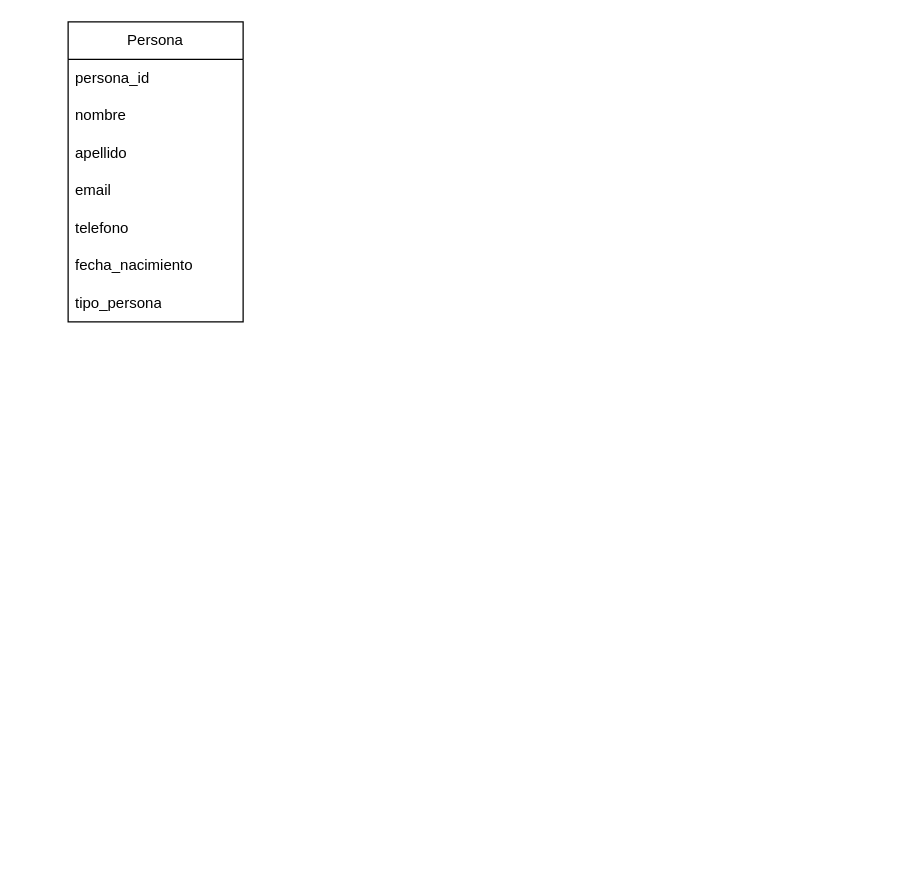
fabiansiza994/diagrams keeps this draw.io diagram as Diagrama sin título.drawio. Above is the earlier version. Source tidied: cells renumbered, new cells numbered last; positions are measured from the earlier drawing's top-left corner, leaving out a move shared by most shapes. Both pictures are drawn from the tidied source at 125%, with x=0, y=0 at pixel (68, 21).
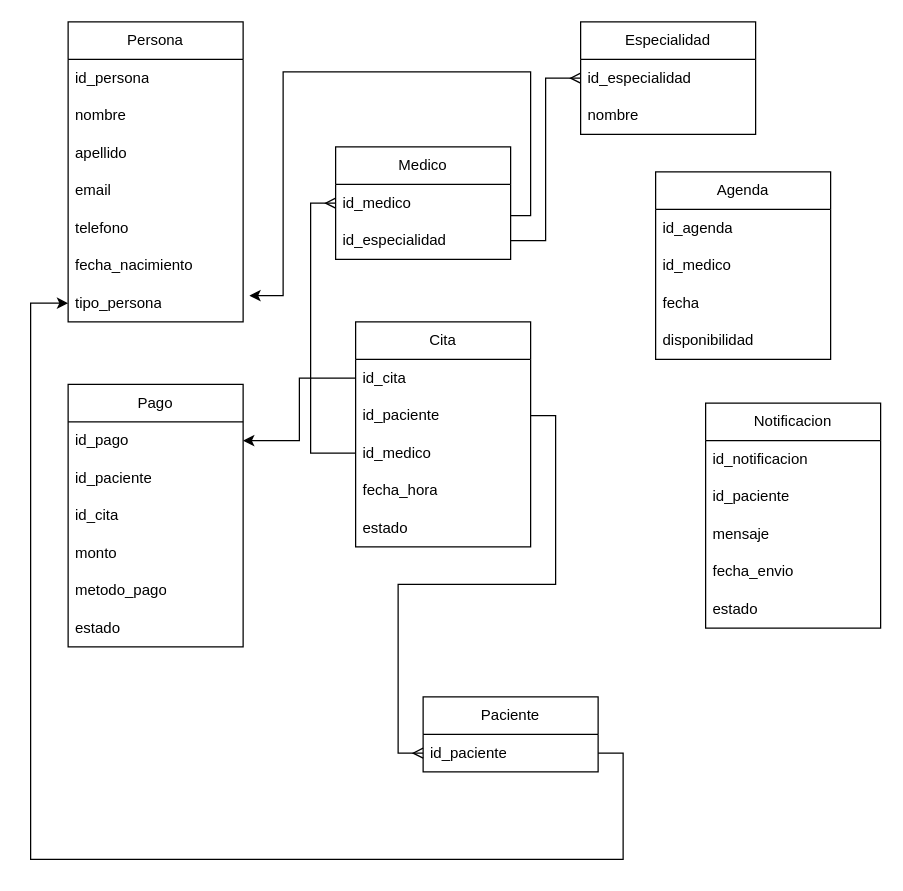
The same page after the edit.

Commit message:
citas_medias

Unchanged cells that the change refers to:
```xml
<mxCell id="2" value="Persona" style="swimlane;fontStyle=0;horizontal=1;startSize=30;whiteSpace=wrap;html=1;" parent="1" vertex="1">
  <mxGeometry width="140" height="240" as="geometry" />
</mxCell>
<mxCell id="9" value="tipo_persona" style="text;strokeColor=none;fillColor=none;align=left;verticalAlign=middle;spacingLeft=4;spacingRight=4;overflow=hidden;points=[[0,0.5],[1,0.5]];portConstraint=eastwest;whiteSpace=wrap;html=1;" parent="2" vertex="1">
  <mxGeometry y="210" width="140" height="30" as="geometry" />
</mxCell>
```

Diff of the diagram source:
```diff
@@
-    <mxCell id="3" value="persona_id" style="text;strokeColor=none;fillColor=none;align=left;verticalAlign=middle;spacingLeft=4;spacingRight=4;overflow=hidden;whiteSpace=wrap;html=1;" parent="2" vertex="1">
+    <mxCell id="3" value="id_persona" style="text;strokeColor=none;fillColor=none;align=left;verticalAlign=middle;spacingLeft=4;spacingRight=4;overflow=hidden;whiteSpace=wrap;html=1;" parent="2" vertex="1">
       <mxGeometry y="30" width="140" height="30" as="geometry" />
     </mxCell>
@@
+    <mxCell id="10" value="Medico" style="swimlane;fontStyle=0;horizontal=1;startSize=30;whiteSpace=wrap;html=1;" parent="1" vertex="1">
+      <mxGeometry x="214" y="100" width="140" height="90" as="geometry" />
+    </mxCell>
+    <mxCell id="11" value="id_medico" style="text;strokeColor=none;fillColor=none;align=left;verticalAlign=middle;spacingLeft=4;spacingRight=4;overflow=hidden;points=[[0,0.5],[1,0.5]];portConstraint=eastwest;whiteSpace=wrap;html=1;" parent="10" vertex="1">
+      <mxGeometry y="30" width="140" height="30" as="geometry" />
+    </mxCell>
+    <mxCell id="12" value="id_especialidad" style="text;strokeColor=none;fillColor=none;align=left;verticalAlign=middle;spacingLeft=4;spacingRight=4;overflow=hidden;points=[[0,0.5],[1,0.5]];portConstraint=eastwest;whiteSpace=wrap;html=1;" parent="10" vertex="1">
+      <mxGeometry y="60" width="140" height="30" as="geometry" />
+    </mxCell>
+    <mxCell id="13" value="Paciente" style="swimlane;fontStyle=0;horizontal=1;startSize=30;whiteSpace=wrap;html=1;" parent="1" vertex="1">
+      <mxGeometry x="284" y="540" width="140" height="60" as="geometry" />
+    </mxCell>
+    <mxCell id="14" value="id_paciente" style="text;strokeColor=none;fillColor=none;align=left;verticalAlign=middle;spacingLeft=4;spacingRight=4;overflow=hidden;points=[[0,0.5],[1,0.5]];portConstraint=eastwest;whiteSpace=wrap;html=1;" parent="13" vertex="1">
+      <mxGeometry y="30" width="140" height="30" as="geometry" />
+    </mxCell>
+    <mxCell id="15" value="Especialidad" style="swimlane;fontStyle=0;horizontal=1;startSize=30;whiteSpace=wrap;html=1;" parent="1" vertex="1">
+      <mxGeometry x="410" width="140" height="90" as="geometry" />
+    </mxCell>
+    <mxCell id="16" value="id_especialidad" style="text;strokeColor=none;fillColor=none;align=left;verticalAlign=middle;spacingLeft=4;spacingRight=4;overflow=hidden;points=[[0,0.5],[1,0.5]];portConstraint=eastwest;whiteSpace=wrap;html=1;" parent="15" vertex="1">
+      <mxGeometry y="30" width="140" height="30" as="geometry" />
+    </mxCell>
+    <mxCell id="17" value="nombre" style="text;strokeColor=none;fillColor=none;align=left;verticalAlign=middle;spacingLeft=4;spacingRight=4;overflow=hidden;whiteSpace=wrap;html=1;" parent="15" vertex="1">
+      <mxGeometry y="60" width="140" height="30" as="geometry" />
+    </mxCell>
+    <mxCell id="18" value="Agenda" style="swimlane;fontStyle=0;horizontal=1;startSize=30;whiteSpace=wrap;html=1;" parent="1" vertex="1">
+      <mxGeometry x="470" y="120" width="140" height="150" as="geometry" />
+    </mxCell>
+    <mxCell id="19" value="id_agenda" style="text;strokeColor=none;fillColor=none;align=left;verticalAlign=middle;spacingLeft=4;spacingRight=4;overflow=hidden;whiteSpace=wrap;html=1;" parent="18" vertex="1">
+      <mxGeometry y="30" width="140" height="30" as="geometry" />
+    </mxCell>
+    <mxCell id="20" value="id_medico" style="text;strokeColor=none;fillColor=none;align=left;verticalAlign=middle;spacingLeft=4;spacingRight=4;overflow=hidden;whiteSpace=wrap;html=1;" parent="18" vertex="1">
+      <mxGeometry y="60" width="140" height="30" as="geometry" />
+    </mxCell>
+    <mxCell id="21" value="fecha" style="text;strokeColor=none;fillColor=none;align=left;verticalAlign=middle;spacingLeft=4;spacingRight=4;overflow=hidden;whiteSpace=wrap;html=1;" parent="18" vertex="1">
+      <mxGeometry y="90" width="140" height="30" as="geometry" />
+    </mxCell>
+    <mxCell id="22" value="disponibilidad" style="text;strokeColor=none;fillColor=none;align=left;verticalAlign=middle;spacingLeft=4;spacingRight=4;overflow=hidden;whiteSpace=wrap;html=1;" parent="18" vertex="1">
+      <mxGeometry y="120" width="140" height="30" as="geometry" />
+    </mxCell>
+    <mxCell id="23" value="Pago" style="swimlane;fontStyle=0;horizontal=1;startSize=30;whiteSpace=wrap;html=1;" parent="1" vertex="1">
+      <mxGeometry y="290" width="140" height="210" as="geometry" />
+    </mxCell>
+    <mxCell id="24" value="id_pago" style="text;strokeColor=none;fillColor=none;align=left;verticalAlign=middle;spacingLeft=4;spacingRight=4;overflow=hidden;points=[[0,0.5],[1,0.5]];portConstraint=eastwest;whiteSpace=wrap;html=1;" parent="23" vertex="1">
+      <mxGeometry y="30" width="140" height="30" as="geometry" />
+    </mxCell>
+    <mxCell id="25" value="id_paciente" style="text;strokeColor=none;fillColor=none;align=left;verticalAlign=middle;spacingLeft=4;spacingRight=4;overflow=hidden;whiteSpace=wrap;html=1;" parent="23" vertex="1">
+      <mxGeometry y="60" width="140" height="30" as="geometry" />
+    </mxCell>
+    <mxCell id="26" value="id_cita" style="text;strokeColor=none;fillColor=none;align=left;verticalAlign=middle;spacingLeft=4;spacingRight=4;overflow=hidden;whiteSpace=wrap;html=1;" parent="23" vertex="1">
+      <mxGeometry y="90" width="140" height="30" as="geometry" />
+    </mxCell>
+    <mxCell id="27" value="monto" style="text;strokeColor=none;fillColor=none;align=left;verticalAlign=middle;spacingLeft=4;spacingRight=4;overflow=hidden;whiteSpace=wrap;html=1;" parent="23" vertex="1">
+      <mxGeometry y="120" width="140" height="30" as="geometry" />
+    </mxCell>
+    <mxCell id="28" value="metodo_pago" style="text;strokeColor=none;fillColor=none;align=left;verticalAlign=middle;spacingLeft=4;spacingRight=4;overflow=hidden;whiteSpace=wrap;html=1;" parent="23" vertex="1">
+      <mxGeometry y="150" width="140" height="30" as="geometry" />
+    </mxCell>
+    <mxCell id="29" value="estado" style="text;strokeColor=none;fillColor=none;align=left;verticalAlign=middle;spacingLeft=4;spacingRight=4;overflow=hidden;whiteSpace=wrap;html=1;" parent="23" vertex="1">
+      <mxGeometry y="180" width="140" height="30" as="geometry" />
+    </mxCell>
+    <mxCell id="30" value="Notificacion" style="swimlane;fontStyle=0;horizontal=1;startSize=30;whiteSpace=wrap;html=1;" parent="1" vertex="1">
+      <mxGeometry x="510" y="305" width="140" height="180" as="geometry" />
+    </mxCell>
+    <mxCell id="31" value="id_notificacion" style="text;strokeColor=none;fillColor=none;align=left;verticalAlign=middle;spacingLeft=4;spacingRight=4;overflow=hidden;whiteSpace=wrap;html=1;" parent="30" vertex="1">
+      <mxGeometry y="30" width="140" height="30" as="geometry" />
+    </mxCell>
+    <mxCell id="32" value="id_paciente" style="text;strokeColor=none;fillColor=none;align=left;verticalAlign=middle;spacingLeft=4;spacingRight=4;overflow=hidden;whiteSpace=wrap;html=1;" parent="30" vertex="1">
+      <mxGeometry y="60" width="140" height="30" as="geometry" />
+    </mxCell>
+    <mxCell id="33" value="mensaje" style="text;strokeColor=none;fillColor=none;align=left;verticalAlign=middle;spacingLeft=4;spacingRight=4;overflow=hidden;whiteSpace=wrap;html=1;" parent="30" vertex="1">
+      <mxGeometry y="90" width="140" height="30" as="geometry" />
+    </mxCell>
+    <mxCell id="34" value="fecha_envio" style="text;strokeColor=none;fillColor=none;align=left;verticalAlign=middle;spacingLeft=4;spacingRight=4;overflow=hidden;whiteSpace=wrap;html=1;" parent="30" vertex="1">
+      <mxGeometry y="120" width="140" height="30" as="geometry" />
+    </mxCell>
+    <mxCell id="35" value="estado" style="text;strokeColor=none;fillColor=none;align=left;verticalAlign=middle;spacingLeft=4;spacingRight=4;overflow=hidden;whiteSpace=wrap;html=1;" parent="30" vertex="1">
+      <mxGeometry y="150" width="140" height="30" as="geometry" />
+    </mxCell>
+    <mxCell id="36" value="Cita" style="swimlane;fontStyle=0;horizontal=1;startSize=30;whiteSpace=wrap;html=1;" parent="1" vertex="1">
+      <mxGeometry x="230" y="240" width="140" height="180" as="geometry" />
+    </mxCell>
+    <mxCell id="37" value="id_cita" style="text;strokeColor=none;fillColor=none;align=left;verticalAlign=middle;spacingLeft=4;spacingRight=4;overflow=hidden;points=[[0,0.5],[1,0.5]];portConstraint=eastwest;whiteSpace=wrap;html=1;" parent="36" vertex="1">
+      <mxGeometry y="30" width="140" height="30" as="geometry" />
+    </mxCell>
+    <mxCell id="38" value="id_paciente" style="text;strokeColor=none;fillColor=none;align=left;verticalAlign=middle;spacingLeft=4;spacingRight=4;overflow=hidden;points=[[0,0.5],[1,0.5]];portConstraint=eastwest;whiteSpace=wrap;html=1;" parent="36" vertex="1">
+      <mxGeometry y="60" width="140" height="30" as="geometry" />
+    </mxCell>
+    <mxCell id="39" value="id_medico" style="text;strokeColor=none;fillColor=none;align=left;verticalAlign=middle;spacingLeft=4;spacingRight=4;overflow=hidden;points=[[0,0.5],[1,0.5]];portConstraint=eastwest;whiteSpace=wrap;html=1;" parent="36" vertex="1">
+      <mxGeometry y="90" width="140" height="30" as="geometry" />
+    </mxCell>
+    <mxCell id="40" value="fecha_hora" style="text;strokeColor=none;fillColor=none;align=left;verticalAlign=middle;spacingLeft=4;spacingRight=4;overflow=hidden;whiteSpace=wrap;html=1;" parent="36" vertex="1">
+      <mxGeometry y="120" width="140" height="30" as="geometry" />
+    </mxCell>
+    <mxCell id="41" value="estado" style="text;strokeColor=none;fillColor=none;align=left;verticalAlign=middle;spacingLeft=4;spacingRight=4;overflow=hidden;whiteSpace=wrap;html=1;" parent="36" vertex="1">
+      <mxGeometry y="150" width="140" height="30" as="geometry" />
+    </mxCell>
+    <mxCell id="42" style="edgeStyle=orthogonalEdgeStyle;rounded=0;jettySize=auto;html=1;entryX=0;entryY=0.5;entryDx=0;entryDy=0;endArrow=ERmany;endFill=0;" parent="1" edge="1" source="38" target="14">
+      <mxGeometry relative="1" as="geometry" />
+    </mxCell>
+    <mxCell id="43" style="edgeStyle=orthogonalEdgeStyle;rounded=0;jettySize=auto;html=1;exitX=0;exitY=0.5;exitDx=0;exitDy=0;entryX=0;entryY=0.5;entryDx=0;entryDy=0;strokeColor=default;endArrow=ERmany;endFill=0;" parent="1" edge="1" source="39" target="11">
+      <mxGeometry relative="1" as="geometry" />
+    </mxCell>
+    <mxCell id="44" style="edgeStyle=orthogonalEdgeStyle;rounded=0;jettySize=auto;html=1;entryX=0;entryY=0.5;entryDx=0;entryDy=0;endArrow=ERmany;endFill=0;" parent="1" edge="1" source="12" target="16">
+      <mxGeometry relative="1" as="geometry" />
+    </mxCell>
+    <mxCell id="45" style="edgeStyle=orthogonalEdgeStyle;rounded=0;jettySize=auto;html=1;entryX=0;entryY=0.5;entryDx=0;entryDy=0;exitX=1;exitY=0.5;exitDx=0;exitDy=0;" parent="1" edge="1" source="14" target="9">
+      <mxGeometry relative="1" as="geometry">
+        <Array as="points">
+          <mxPoint x="444" y="585" />
+          <mxPoint x="444" y="670" />
+          <mxPoint x="-30" y="670" />
+          <mxPoint x="-30" y="225" />
+        </Array>
+      </mxGeometry>
+    </mxCell>
+    <mxCell id="46" style="edgeStyle=orthogonalEdgeStyle;rounded=0;jettySize=auto;html=1;entryX=1.036;entryY=0.3;entryDx=0;entryDy=0;entryPerimeter=0;" parent="1" edge="1" source="10" target="9">
+      <mxGeometry relative="1" as="geometry">
+        <Array as="points">
+          <mxPoint x="370" y="155" />
+          <mxPoint x="370" y="40" />
+          <mxPoint x="172" y="40" />
+          <mxPoint x="172" y="219" />
+        </Array>
+      </mxGeometry>
+    </mxCell>
+    <mxCell id="47" style="edgeStyle=orthogonalEdgeStyle;rounded=0;jettySize=auto;html=1;entryX=1;entryY=0.5;entryDx=0;entryDy=0;" parent="1" edge="1" source="37" target="24">
+      <mxGeometry relative="1" as="geometry" />
+    </mxCell>
```
